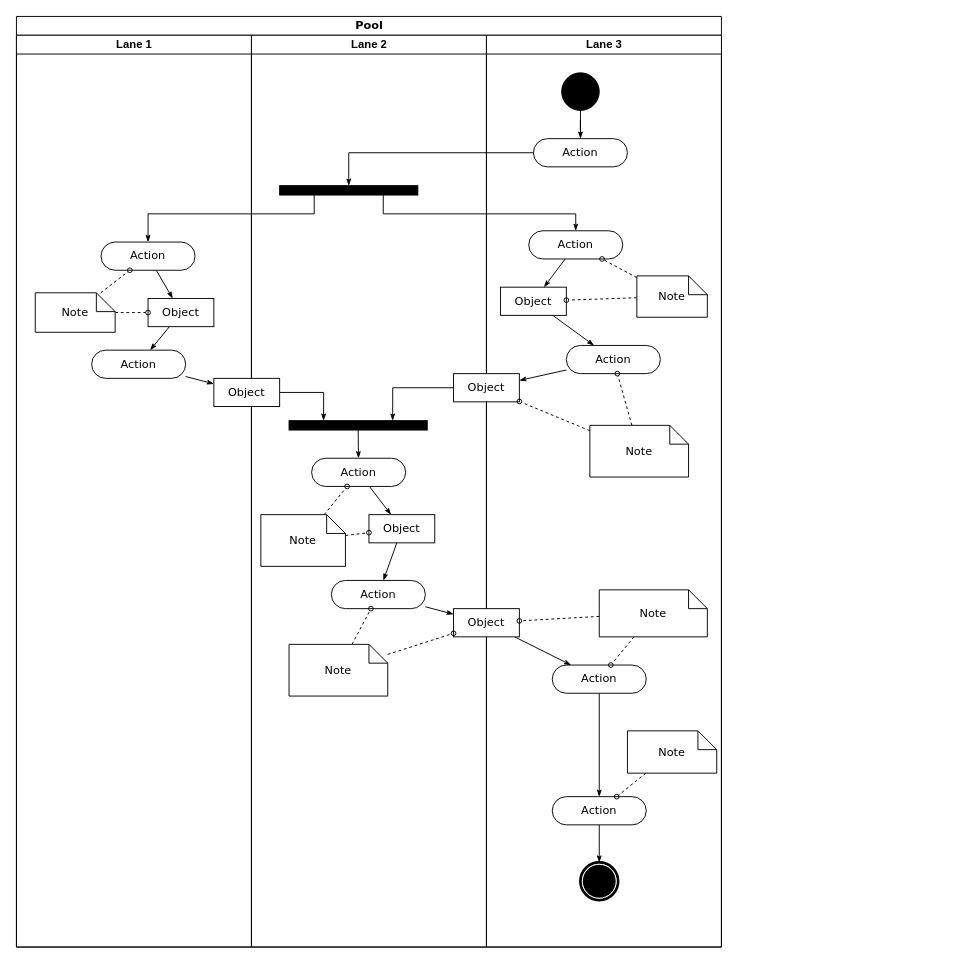
Earlier version of the draw.io diagram 未命名绘图.drawio (csroderek/drawio). Source tidied: cells renumbered, new cells numbered last; positions are measured from the earlier drawing's top-left corner, leaving out a move shared by most shapes. Both pictures are drawn from the tidied source at 94%, with x=0, y=0 at pixel (16, 16).
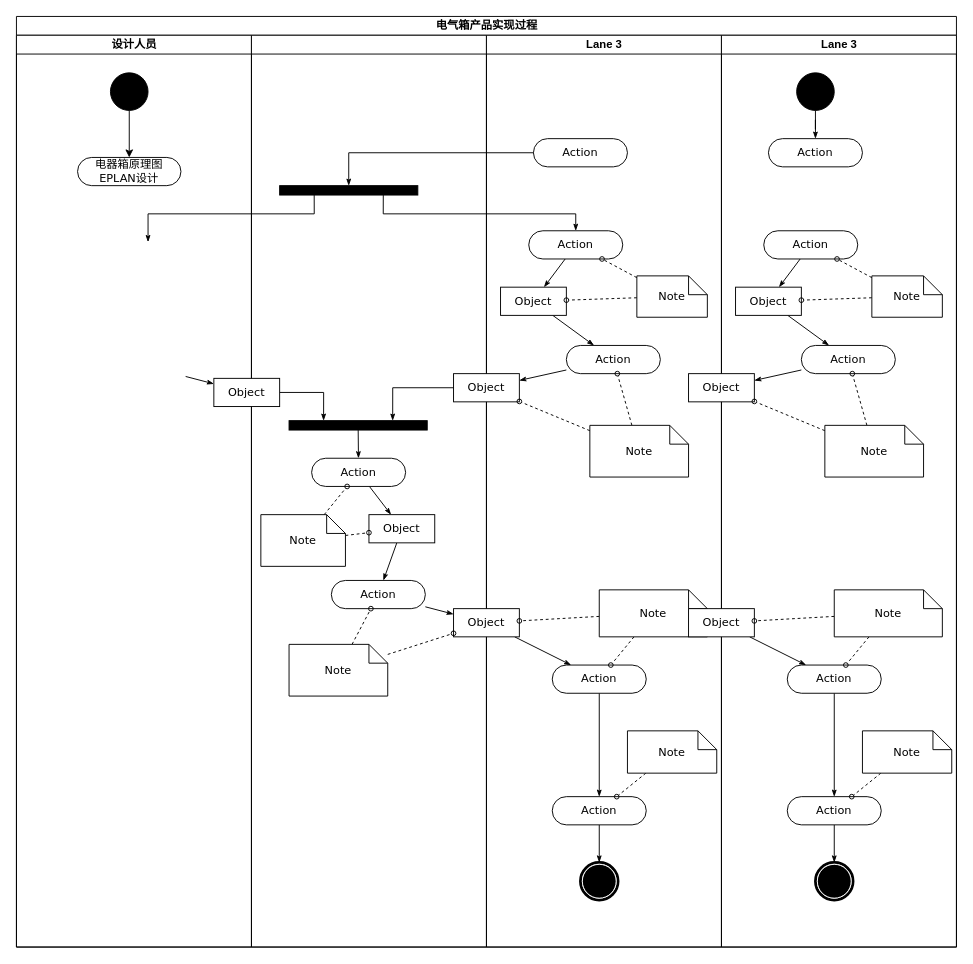
Above is the later version.

The change refers to these unchanged cells:
```xml
<mxCell id="13" style="whiteSpace=wrap;html=1;rounded=0;shadow=0;comic=0;labelBackgroundColor=none;strokeWidth=1;fillColor=#000000;fontFamily=Verdana;fontSize=12;align=center;rotation=0;" parent="12" vertex="1">
  <mxGeometry x="30" y="160" width="147" height="10" as="geometry" />
</mxCell>
<mxCell id="19" value="Object" style="rounded=0;whiteSpace=wrap;html=1;shadow=0;comic=0;labelBackgroundColor=none;strokeWidth=1;fontFamily=Verdana;fontSize=12;align=center;arcSize=50;" parent="12" vertex="1">
  <mxGeometry x="-40" y="365" width="70" height="30" as="geometry" />
</mxCell>
<mxCell id="28" value="Lane 3" style="swimlane;html=1;startSize=20;" parent="2" vertex="1">
  <mxGeometry x="500" y="20" width="250" height="970" as="geometry" />
</mxCell>
<mxCell id="31" value="Action" style="rounded=1;whiteSpace=wrap;html=1;shadow=0;comic=0;labelBackgroundColor=none;strokeWidth=1;fontFamily=Verdana;fontSize=12;align=center;arcSize=50;" parent="28" vertex="1">
  <mxGeometry x="50" y="110" width="100" height="30" as="geometry" />
</mxCell>
```

What changed in the source:
```diff
@@
-    <mxCell id="2" value="Pool" style="swimlane;html=1;startSize=20;rounded=0;shadow=0;comic=0;labelBackgroundColor=none;strokeWidth=1;fontFamily=Verdana;fontSize=12;align=center;" parent="1" vertex="1">
-      <mxGeometry width="750" height="990" as="geometry" />
+    <mxCell id="2" value="电气箱产品实现过程" style="swimlane;html=1;startSize=20;rounded=0;shadow=0;comic=0;labelBackgroundColor=none;strokeWidth=1;fontFamily=Verdana;fontSize=12;align=center;" parent="1" vertex="1">
+      <mxGeometry width="1000" height="990" as="geometry" />
     </mxCell>
-    <mxCell id="3" value="Lane 1" style="swimlane;html=1;startSize=20;" parent="2" vertex="1">
+    <mxCell id="3" value="设计人员" style="swimlane;html=1;startSize=20;" parent="2" vertex="1">
       <mxGeometry y="20" width="250" height="970" as="geometry" />
     </mxCell>
-    <mxCell id="4" style="edgeStyle=none;rounded=0;html=1;labelBackgroundColor=none;startArrow=none;startFill=0;startSize=5;endArrow=classicThin;endFill=1;endSize=5;jettySize=auto;strokeWidth=1;fontFamily=Verdana;fontSize=12;" parent="3" edge="1" source="5" target="8">
-      <mxGeometry relative="1" as="geometry" />
-    </mxCell>
-    <mxCell id="5" value="Action" style="rounded=1;whiteSpace=wrap;html=1;shadow=0;comic=0;labelBackgroundColor=none;strokeWidth=1;fontFamily=Verdana;fontSize=12;align=center;arcSize=50;" parent="3" vertex="1">
-      <mxGeometry x="90" y="220" width="100" height="30" as="geometry" />
-    </mxCell>
-    <mxCell id="6" value="Action" style="rounded=1;whiteSpace=wrap;html=1;shadow=0;comic=0;labelBackgroundColor=none;strokeWidth=1;fontFamily=Verdana;fontSize=12;align=center;arcSize=50;" parent="3" vertex="1">
-      <mxGeometry x="80" y="335" width="100" height="30" as="geometry" />
-    </mxCell>
-    <mxCell id="7" style="edgeStyle=none;rounded=0;html=1;labelBackgroundColor=none;startArrow=none;startFill=0;startSize=5;endArrow=classicThin;endFill=1;endSize=5;jettySize=auto;strokeWidth=1;fontFamily=Verdana;fontSize=12;" parent="3" edge="1" source="8" target="6">
-      <mxGeometry relative="1" as="geometry" />
-    </mxCell>
-    <mxCell id="8" value="Object" style="rounded=0;whiteSpace=wrap;html=1;shadow=0;comic=0;labelBackgroundColor=none;strokeWidth=1;fontFamily=Verdana;fontSize=12;align=center;arcSize=50;" parent="3" vertex="1">
-      <mxGeometry x="140" y="280" width="70" height="30" as="geometry" />
-    </mxCell>
-    <mxCell id="9" style="edgeStyle=none;rounded=0;html=1;labelBackgroundColor=none;startArrow=none;startFill=0;startSize=5;endArrow=oval;endFill=0;endSize=5;jettySize=auto;strokeWidth=1;fontFamily=Verdana;fontSize=12;dashed=1;" parent="3" edge="1" source="11" target="5">
-      <mxGeometry relative="1" as="geometry" />
-    </mxCell>
-    <mxCell id="10" style="edgeStyle=none;rounded=0;html=1;dashed=1;labelBackgroundColor=none;startArrow=none;startFill=0;startSize=5;endArrow=oval;endFill=0;endSize=5;jettySize=auto;strokeWidth=1;fontFamily=Verdana;fontSize=12;" parent="3" edge="1" source="11" target="8">
-      <mxGeometry relative="1" as="geometry" />
-    </mxCell>
-    <mxCell id="11" value="Note" style="shape=note;whiteSpace=wrap;html=1;rounded=0;shadow=0;comic=0;labelBackgroundColor=none;strokeWidth=1;fontFamily=Verdana;fontSize=12;align=center;size=20;" parent="3" vertex="1">
-      <mxGeometry x="20" y="274" width="85" height="42" as="geometry" />
-    </mxCell>
+    <mxCell id="64" style="edgeStyle=orthogonalEdgeStyle;rounded=0;jettySize=auto;html=1;exitX=0.5;exitY=1;exitDx=0;exitDy=0;" parent="3" edge="1" source="30" target="65">
+      <mxGeometry relative="1" as="geometry" />
+    </mxCell>
+    <mxCell id="30" style="ellipse;whiteSpace=wrap;html=1;rounded=0;shadow=0;comic=0;labelBackgroundColor=none;strokeWidth=1;fillColor=#000000;fontFamily=Verdana;fontSize=12;align=center;" parent="3" vertex="1">
+      <mxGeometry x="100" y="40" width="40" height="40" as="geometry" />
+    </mxCell>
+    <mxCell id="65" value="电器箱原理图&lt;br&gt;EPLAN设计" style="rounded=1;whiteSpace=wrap;html=1;shadow=0;comic=0;labelBackgroundColor=none;strokeWidth=1;fontFamily=Verdana;fontSize=12;align=center;arcSize=50;" parent="3" vertex="1">
+      <mxGeometry x="65" y="130" width="110" height="30" as="geometry" />
+    </mxCell>
-    <mxCell id="12" value="Lane 2" style="swimlane;html=1;startSize=20;" parent="2" vertex="1">
+    <mxCell id="12" style="swimlane;html=1;startSize=20;" parent="2" vertex="1">
       <mxGeometry x="250" y="20" width="250" height="970" as="geometry" />
     </mxCell>
@@
-    <mxCell id="29" style="edgeStyle=orthogonalEdgeStyle;rounded=0;html=1;labelBackgroundColor=none;startArrow=none;startFill=0;startSize=5;endArrow=classicThin;endFill=1;endSize=5;jettySize=auto;strokeWidth=1;fontFamily=Verdana;fontSize=12;" parent="28" edge="1" source="30" target="31">
-      <mxGeometry relative="1" as="geometry" />
-    </mxCell>
-    <mxCell id="30" style="ellipse;whiteSpace=wrap;html=1;rounded=0;shadow=0;comic=0;labelBackgroundColor=none;strokeWidth=1;fillColor=#000000;fontFamily=Verdana;fontSize=12;align=center;" parent="28" vertex="1">
-      <mxGeometry x="80" y="40" width="40" height="40" as="geometry" />
-    </mxCell>
@@
+    <mxCell id="66" value="Lane 3" style="swimlane;html=1;startSize=20;" parent="2" vertex="1">
+      <mxGeometry x="750" y="20" width="250" height="970" as="geometry" />
+    </mxCell>
+    <mxCell id="67" style="edgeStyle=orthogonalEdgeStyle;rounded=0;html=1;labelBackgroundColor=none;startArrow=none;startFill=0;startSize=5;endArrow=classicThin;endFill=1;endSize=5;jettySize=auto;strokeWidth=1;fontFamily=Verdana;fontSize=12;" parent="66" edge="1" source="68" target="69">
+      <mxGeometry relative="1" as="geometry" />
+    </mxCell>
+    <mxCell id="68" style="ellipse;whiteSpace=wrap;html=1;rounded=0;shadow=0;comic=0;labelBackgroundColor=none;strokeWidth=1;fillColor=#000000;fontFamily=Verdana;fontSize=12;align=center;" parent="66" vertex="1">
+      <mxGeometry x="80" y="40" width="40" height="40" as="geometry" />
+    </mxCell>
+    <mxCell id="69" value="Action" style="rounded=1;whiteSpace=wrap;html=1;shadow=0;comic=0;labelBackgroundColor=none;strokeWidth=1;fontFamily=Verdana;fontSize=12;align=center;arcSize=50;" parent="66" vertex="1">
+      <mxGeometry x="50" y="110" width="100" height="30" as="geometry" />
+    </mxCell>
+    <mxCell id="70" style="rounded=0;html=1;labelBackgroundColor=none;startArrow=none;startFill=0;startSize=5;endArrow=classicThin;endFill=1;endSize=5;jettySize=auto;strokeWidth=1;fontFamily=Verdana;fontSize=12;" parent="66" edge="1" source="71" target="75">
+      <mxGeometry relative="1" as="geometry" />
+    </mxCell>
+    <mxCell id="71" value="Action" style="rounded=1;whiteSpace=wrap;html=1;shadow=0;comic=0;labelBackgroundColor=none;strokeWidth=1;fontFamily=Verdana;fontSize=12;align=center;arcSize=50;" parent="66" vertex="1">
+      <mxGeometry x="45" y="208" width="100" height="30" as="geometry" />
+    </mxCell>
+    <mxCell id="72" style="edgeStyle=none;rounded=0;html=1;labelBackgroundColor=none;startArrow=none;startFill=0;startSize=5;endArrow=classicThin;endFill=1;endSize=5;jettySize=auto;strokeWidth=1;fontFamily=Verdana;fontSize=12;" parent="66" edge="1" source="73" target="76">
+      <mxGeometry relative="1" as="geometry" />
+    </mxCell>
+    <mxCell id="73" value="Action" style="rounded=1;whiteSpace=wrap;html=1;shadow=0;comic=0;labelBackgroundColor=none;strokeWidth=1;fontFamily=Verdana;fontSize=12;align=center;arcSize=50;" parent="66" vertex="1">
+      <mxGeometry x="85" y="330" width="100" height="30" as="geometry" />
+    </mxCell>
+    <mxCell id="74" style="edgeStyle=none;rounded=0;html=1;labelBackgroundColor=none;startArrow=none;startFill=0;startSize=5;endArrow=classicThin;endFill=1;endSize=5;jettySize=auto;strokeWidth=1;fontFamily=Verdana;fontSize=12;" parent="66" edge="1" source="75" target="73">
+      <mxGeometry relative="1" as="geometry" />
+    </mxCell>
+    <mxCell id="75" value="Object" style="rounded=0;whiteSpace=wrap;html=1;shadow=0;comic=0;labelBackgroundColor=none;strokeWidth=1;fontFamily=Verdana;fontSize=12;align=center;arcSize=50;" parent="66" vertex="1">
+      <mxGeometry x="15" y="268" width="70" height="30" as="geometry" />
+    </mxCell>
+    <mxCell id="76" value="Object" style="rounded=0;whiteSpace=wrap;html=1;shadow=0;comic=0;labelBackgroundColor=none;strokeWidth=1;fontFamily=Verdana;fontSize=12;align=center;arcSize=50;" parent="66" vertex="1">
+      <mxGeometry x="-35" y="360" width="70" height="30" as="geometry" />
+    </mxCell>
+    <mxCell id="77" style="edgeStyle=none;rounded=0;html=1;labelBackgroundColor=none;startArrow=none;startFill=0;startSize=5;endArrow=classicThin;endFill=1;endSize=5;jettySize=auto;strokeWidth=1;fontFamily=Verdana;fontSize=12;" parent="66" edge="1" source="78" target="80">
+      <mxGeometry relative="1" as="geometry" />
+    </mxCell>
+    <mxCell id="78" value="Object" style="rounded=0;whiteSpace=wrap;html=1;shadow=0;comic=0;labelBackgroundColor=none;strokeWidth=1;fontFamily=Verdana;fontSize=12;align=center;arcSize=50;" parent="66" vertex="1">
+      <mxGeometry x="-35" y="610" width="70" height="30" as="geometry" />
+    </mxCell>
+    <mxCell id="79" style="edgeStyle=none;rounded=0;html=1;labelBackgroundColor=none;startArrow=none;startFill=0;startSize=5;endArrow=classicThin;endFill=1;endSize=5;jettySize=auto;strokeWidth=1;fontFamily=Verdana;fontSize=12;" parent="66" edge="1" source="80" target="82">
+      <mxGeometry relative="1" as="geometry" />
+    </mxCell>
+    <mxCell id="80" value="Action" style="rounded=1;whiteSpace=wrap;html=1;shadow=0;comic=0;labelBackgroundColor=none;strokeWidth=1;fontFamily=Verdana;fontSize=12;align=center;arcSize=50;" parent="66" vertex="1">
+      <mxGeometry x="70" y="670" width="100" height="30" as="geometry" />
+    </mxCell>
+    <mxCell id="81" style="edgeStyle=none;rounded=0;html=1;labelBackgroundColor=none;startArrow=none;startFill=0;startSize=5;endArrow=classicThin;endFill=1;endSize=5;jettySize=auto;strokeWidth=1;fontFamily=Verdana;fontSize=12;" parent="66" edge="1" source="82" target="83">
+      <mxGeometry relative="1" as="geometry" />
+    </mxCell>
+    <mxCell id="82" value="Action" style="rounded=1;whiteSpace=wrap;html=1;shadow=0;comic=0;labelBackgroundColor=none;strokeWidth=1;fontFamily=Verdana;fontSize=12;align=center;arcSize=50;" parent="66" vertex="1">
+      <mxGeometry x="70" y="810" width="100" height="30" as="geometry" />
+    </mxCell>
+    <mxCell id="83" style="shape=mxgraph.bpmn.shape;html=1;verticalLabelPosition=bottom;labelBackgroundColor=#ffffff;verticalAlign=top;perimeter=ellipsePerimeter;outline=end;symbol=terminate;rounded=0;shadow=0;comic=0;strokeWidth=1;fontFamily=Verdana;fontSize=12;align=center;" parent="66" vertex="1">
+      <mxGeometry x="100" y="880" width="40" height="40" as="geometry" />
+    </mxCell>
+    <mxCell id="84" style="edgeStyle=none;rounded=0;html=1;dashed=1;labelBackgroundColor=none;startArrow=none;startFill=0;startSize=5;endArrow=oval;endFill=0;endSize=5;jettySize=auto;strokeWidth=1;fontFamily=Verdana;fontSize=12;" parent="66" edge="1" source="86" target="71">
+      <mxGeometry relative="1" as="geometry" />
+    </mxCell>
+    <mxCell id="85" style="edgeStyle=none;rounded=0;html=1;dashed=1;labelBackgroundColor=none;startArrow=none;startFill=0;startSize=5;endArrow=oval;endFill=0;endSize=5;jettySize=auto;strokeWidth=1;fontFamily=Verdana;fontSize=12;" parent="66" edge="1" source="86" target="75">
+      <mxGeometry relative="1" as="geometry" />
+    </mxCell>
+    <mxCell id="86" value="Note" style="shape=note;whiteSpace=wrap;html=1;rounded=0;shadow=0;comic=0;labelBackgroundColor=none;strokeWidth=1;fontFamily=Verdana;fontSize=12;align=center;size=20;" parent="66" vertex="1">
+      <mxGeometry x="160" y="256" width="75" height="44" as="geometry" />
+    </mxCell>
+    <mxCell id="87" style="edgeStyle=none;rounded=0;html=1;dashed=1;labelBackgroundColor=none;startArrow=none;startFill=0;startSize=5;endArrow=oval;endFill=0;endSize=5;jettySize=auto;strokeWidth=1;fontFamily=Verdana;fontSize=12;" parent="66" edge="1" source="89" target="73">
+      <mxGeometry relative="1" as="geometry" />
+    </mxCell>
+    <mxCell id="88" style="edgeStyle=none;rounded=0;html=1;dashed=1;labelBackgroundColor=none;startArrow=none;startFill=0;startSize=5;endArrow=oval;endFill=0;endSize=5;jettySize=auto;strokeWidth=1;fontFamily=Verdana;fontSize=12;" parent="66" edge="1" source="89" target="76">
+      <mxGeometry relative="1" as="geometry" />
+    </mxCell>
+    <mxCell id="89" value="Note" style="shape=note;whiteSpace=wrap;html=1;rounded=0;shadow=0;comic=0;labelBackgroundColor=none;strokeWidth=1;fontFamily=Verdana;fontSize=12;align=center;size=20;" parent="66" vertex="1">
+      <mxGeometry x="110" y="415" width="105" height="55" as="geometry" />
+    </mxCell>
+    <mxCell id="90" style="edgeStyle=none;rounded=0;html=1;dashed=1;labelBackgroundColor=none;startArrow=none;startFill=0;startSize=5;endArrow=oval;endFill=0;endSize=5;jettySize=auto;strokeWidth=1;fontFamily=Verdana;fontSize=12;" parent="66" edge="1" source="92" target="80">
+      <mxGeometry relative="1" as="geometry" />
+    </mxCell>
+    <mxCell id="91" style="edgeStyle=none;rounded=0;html=1;dashed=1;labelBackgroundColor=none;startArrow=none;startFill=0;startSize=5;endArrow=oval;endFill=0;endSize=5;jettySize=auto;strokeWidth=1;fontFamily=Verdana;fontSize=12;" parent="66" edge="1" source="92" target="78">
+      <mxGeometry relative="1" as="geometry" />
+    </mxCell>
+    <mxCell id="92" value="Note" style="shape=note;whiteSpace=wrap;html=1;rounded=0;shadow=0;comic=0;labelBackgroundColor=none;strokeWidth=1;fontFamily=Verdana;fontSize=12;align=center;size=20;" parent="66" vertex="1">
+      <mxGeometry x="120" y="590" width="115" height="50" as="geometry" />
+    </mxCell>
+    <mxCell id="93" style="edgeStyle=none;rounded=0;html=1;dashed=1;labelBackgroundColor=none;startArrow=none;startFill=0;startSize=5;endArrow=oval;endFill=0;endSize=5;jettySize=auto;strokeWidth=1;fontFamily=Verdana;fontSize=12;" parent="66" edge="1" source="94" target="82">
+      <mxGeometry relative="1" as="geometry" />
+    </mxCell>
+    <mxCell id="94" value="Note" style="shape=note;whiteSpace=wrap;html=1;rounded=0;shadow=0;comic=0;labelBackgroundColor=none;strokeWidth=1;fontFamily=Verdana;fontSize=12;align=center;size=20;" parent="66" vertex="1">
+      <mxGeometry x="150" y="740" width="95" height="45" as="geometry" />
+    </mxCell>
@@
-    <mxCell id="59" style="edgeStyle=orthogonalEdgeStyle;rounded=0;html=1;exitX=0.25;exitY=1;entryX=0.5;entryY=0;labelBackgroundColor=none;startArrow=none;startFill=0;startSize=5;endArrow=classicThin;endFill=1;endSize=5;jettySize=auto;strokeWidth=1;fontFamily=Verdana;fontSize=12;" parent="2" edge="1" source="13" target="5">
+    <mxCell id="59" style="edgeStyle=orthogonalEdgeStyle;rounded=0;html=1;exitX=0.25;exitY=1;entryX=0.5;entryY=0;labelBackgroundColor=none;startArrow=none;startFill=0;startSize=5;endArrow=classicThin;endFill=1;endSize=5;jettySize=auto;strokeWidth=1;fontFamily=Verdana;fontSize=12;" parent="2" edge="1" source="13">
       <mxGeometry relative="1" as="geometry">
+        <mxPoint x="140" y="240" as="targetPoint" />
         <Array as="points">
           <mxPoint x="317" y="210" />
           <mxPoint x="140" y="210" />
         </Array>
       </mxGeometry>
     </mxCell>
@@
-    <mxCell id="61" style="edgeStyle=none;rounded=0;html=1;labelBackgroundColor=none;startArrow=none;startFill=0;startSize=5;endArrow=classicThin;endFill=1;endSize=5;jettySize=auto;strokeWidth=1;fontFamily=Verdana;fontSize=12;" parent="2" edge="1" source="6" target="19">
-      <mxGeometry relative="1" as="geometry" />
+    <mxCell id="61" style="edgeStyle=none;rounded=0;html=1;labelBackgroundColor=none;startArrow=none;startFill=0;startSize=5;endArrow=classicThin;endFill=1;endSize=5;jettySize=auto;strokeWidth=1;fontFamily=Verdana;fontSize=12;" parent="2" edge="1" target="19">
+      <mxGeometry relative="1" as="geometry">
+        <mxPoint x="180" y="383" as="sourcePoint" />
+      </mxGeometry>
     </mxCell>
```
